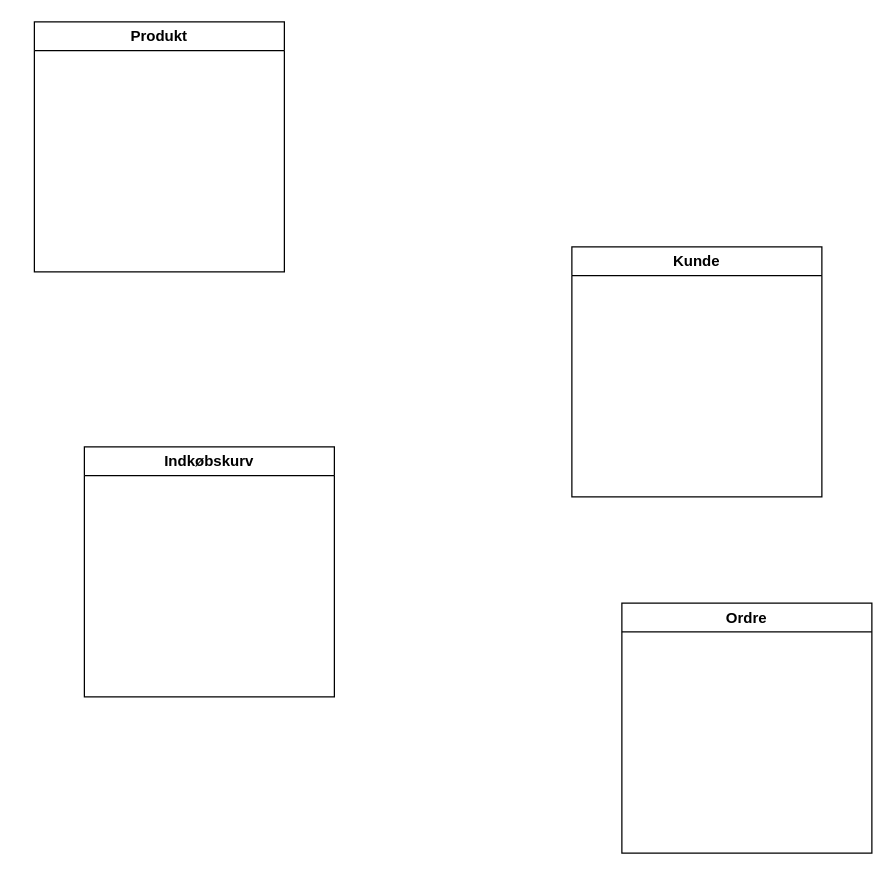
This is dokumenter/Drawio/domænediagram.drawio from MagnusMadsen/Software_sikkerhed_eksamen, a draw.io file, before an edit. Source tidied: cells renumbered, new cells numbered last; positions are measured from the earlier drawing's top-left corner, leaving out a move shared by most shapes. Both pictures are drawn from the tidied source at 125%, with x=0, y=0 at pixel (34, 21).
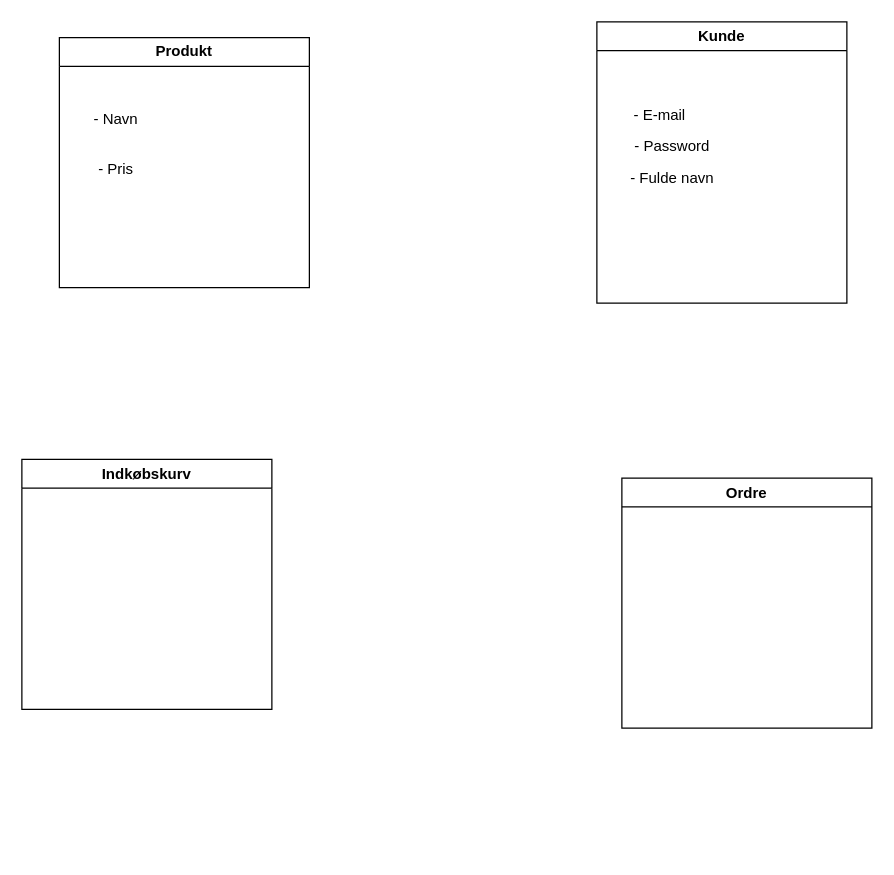
Above is the later version.

Commit message (it also covers changes not shown here):
ingen domæne model uden objekt model

The edit, as a diff of the source:
```diff
@@
 <mxGraphModel>
   <root>
     <mxCell id="0" />
     <mxCell id="1" parent="0" />
     <mxCell id="2" value="Produkt&lt;br&gt;" style="swimlane;whiteSpace=wrap;html=1;" parent="1" vertex="1">
-      <mxGeometry width="200" height="200" as="geometry" />
+      <mxGeometry x="20" y="12.5" width="200" height="200" as="geometry" />
     </mxCell>
-    <mxCell id="3" value="Indkøbskurv" style="swimlane;whiteSpace=wrap;html=1;" parent="1" vertex="1">
-      <mxGeometry x="40" y="340" width="200" height="200" as="geometry" />
+    <mxCell id="3" value="- Navn" style="text;html=1;align=center;verticalAlign=middle;strokeColor=none;fillColor=none;" parent="2" vertex="1">
+      <mxGeometry x="15" y="50" width="60" height="30" as="geometry" />
     </mxCell>
-    <mxCell id="4" value="Kunde" style="swimlane;whiteSpace=wrap;html=1;" parent="1" vertex="1">
-      <mxGeometry x="430" y="180" width="200" height="200" as="geometry" />
+    <mxCell id="4" value="- Pris" style="text;html=1;align=center;verticalAlign=middle;strokeColor=none;fillColor=none;" parent="2" vertex="1">
+      <mxGeometry x="20" y="90" width="50" height="30" as="geometry" />
     </mxCell>
-    <mxCell id="5" value="Ordre" style="swimlane;whiteSpace=wrap;html=1;" parent="1" vertex="1">
-      <mxGeometry x="470" y="465" width="200" height="200" as="geometry" />
+    <mxCell id="5" value="Indkøbskurv" style="swimlane;whiteSpace=wrap;html=1;" parent="1" vertex="1">
+      <mxGeometry x="-10" y="350" width="200" height="200" as="geometry" />
     </mxCell>
+    <mxCell id="6" value="Kunde" style="swimlane;whiteSpace=wrap;html=1;" parent="1" vertex="1">
+      <mxGeometry x="450" width="200" height="225" as="geometry" />
+    </mxCell>
+    <mxCell id="7" value="- E-mail" style="text;html=1;align=center;verticalAlign=middle;strokeColor=none;fillColor=none;" parent="6" vertex="1">
+      <mxGeometry x="20" y="60" width="60" height="30" as="geometry" />
+    </mxCell>
+    <mxCell id="8" value="- Password" style="text;html=1;align=center;verticalAlign=middle;strokeColor=none;fillColor=none;" parent="6" vertex="1">
+      <mxGeometry x="20" y="85" width="80" height="30" as="geometry" />
+    </mxCell>
+    <mxCell id="9" value="- Fulde navn" style="text;html=1;align=center;verticalAlign=middle;strokeColor=none;fillColor=none;" parent="6" vertex="1">
+      <mxGeometry x="15" y="110" width="90" height="30" as="geometry" />
+    </mxCell>
+    <mxCell id="10" value="Ordre" style="swimlane;whiteSpace=wrap;html=1;" parent="1" vertex="1">
+      <mxGeometry x="470" y="365" width="200" height="200" as="geometry" />
+    </mxCell>
   </root>
 </mxGraphModel>
```
